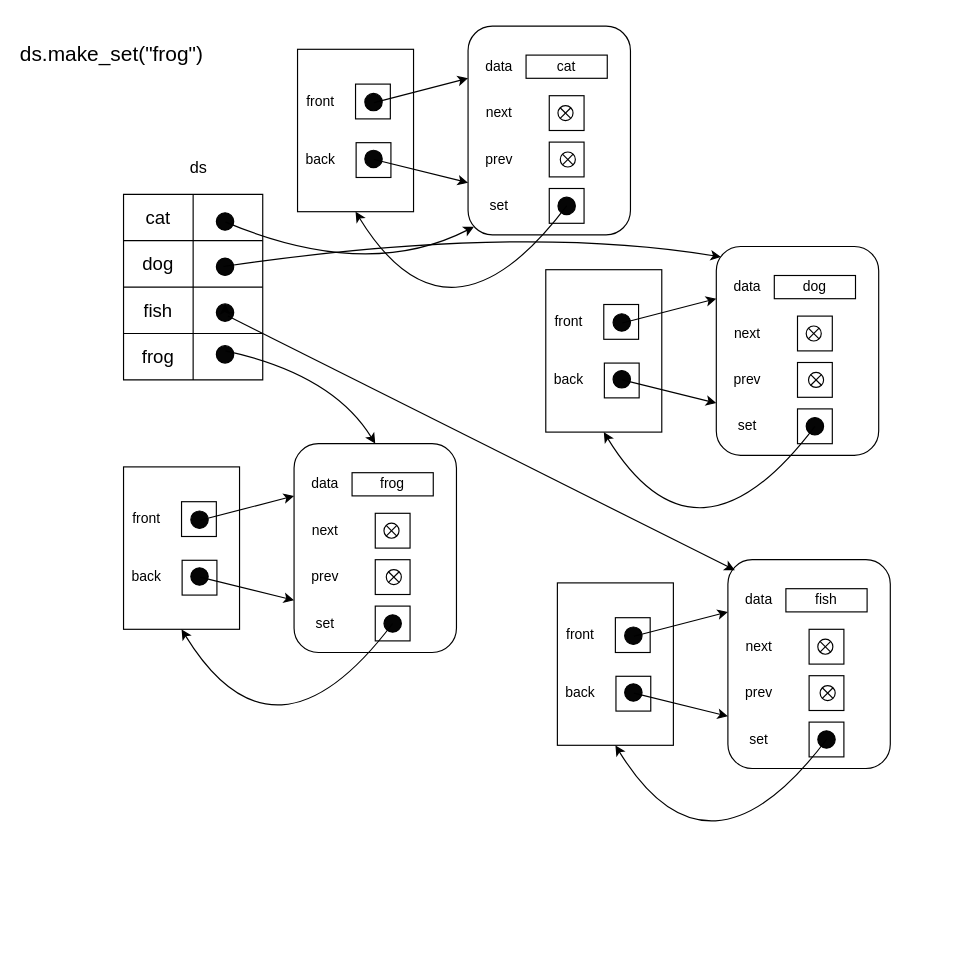
This is parta_7.drawio from tlo20/notes, a draw.io file, before an edit. Source tidied: cells renumbered, new cells numbered last; positions are measured from the earlier drawing's top-left corner, leaving out a move shared by most shapes. Both pictures are drawn from the tidied source at 116%, with x=0, y=0 at pixel (77, 26).
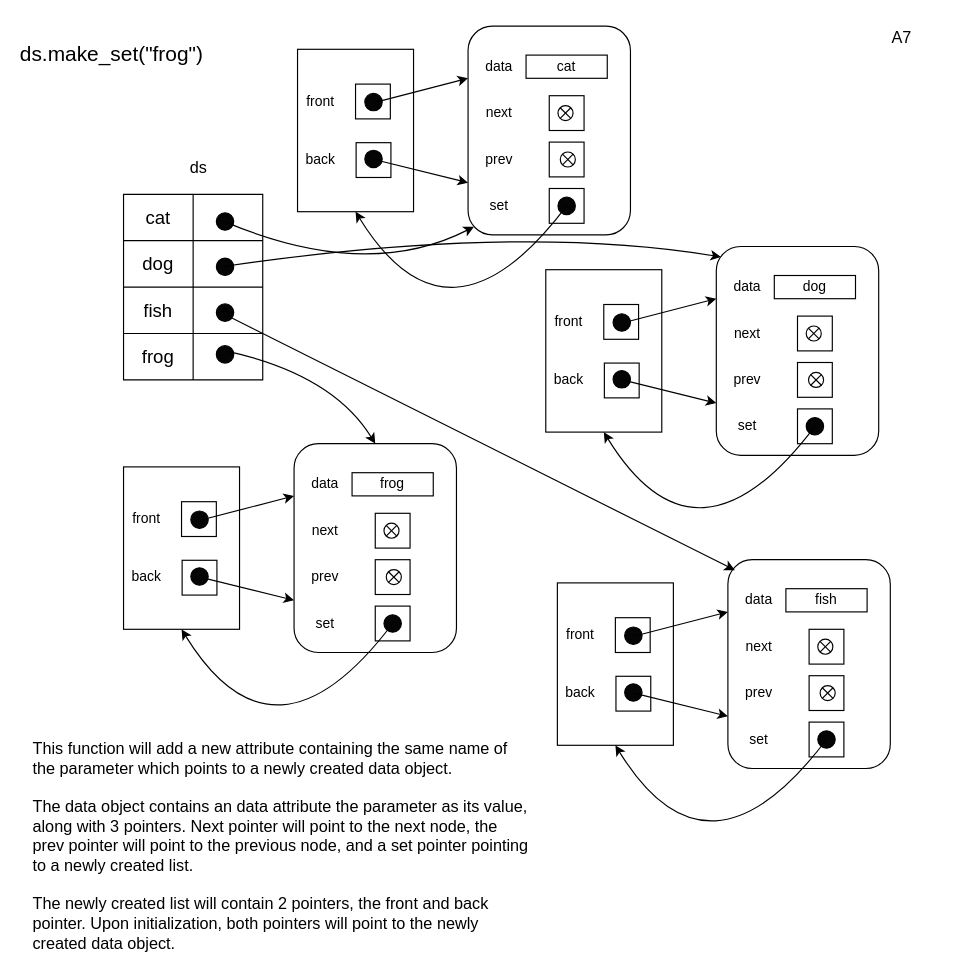
Above is the later version.

Diff of the diagram source:
```diff
@@
+    <mxCell id="122" value="&lt;div&gt;&lt;font style=&quot;font-size: 14px;&quot;&gt;This function will add a new attribute containing the same name of the parameter which points to a newly created data object. &lt;br&gt;&lt;/font&gt;&lt;/div&gt;&lt;div&gt;&lt;font style=&quot;font-size: 14px;&quot;&gt;&lt;br&gt;&lt;/font&gt;&lt;/div&gt;&lt;div&gt;&lt;font style=&quot;font-size: 14px;&quot;&gt;The data object &lt;/font&gt;&lt;font style=&quot;font-size: 14px;&quot;&gt;contains an data attribute the parameter as its value, along with 3 pointers. Next pointer will point to the next node, the prev pointer will point to the previous node, and a set pointer pointing to a newly created list. &lt;br&gt;&lt;/font&gt;&lt;/div&gt;&lt;div&gt;&lt;font style=&quot;font-size: 14px;&quot;&gt;&lt;br&gt;&lt;/font&gt;&lt;/div&gt;&lt;div&gt;&lt;font style=&quot;font-size: 14px;&quot;&gt;The newly created list will contain 2 pointers, the front and back pointer. Upon initialization, both pointers will point to the newly created data object.&lt;br&gt;&lt;/font&gt;&lt;/div&gt;" style="text;html=1;strokeColor=none;fillColor=none;align=left;verticalAlign=top;whiteSpace=wrap;rounded=0;" parent="1" vertex="1">
+      <mxGeometry x="-40" y="607.5" width="430" height="160" as="geometry" />
+    </mxCell>
+    <mxCell id="123" value="A7" style="text;html=1;strokeColor=none;fillColor=none;align=center;verticalAlign=middle;whiteSpace=wrap;rounded=0;fontSize=14;" parent="1" vertex="1">
+      <mxGeometry x="681" y="-5" width="60" height="30" as="geometry" />
+    </mxCell>
```
